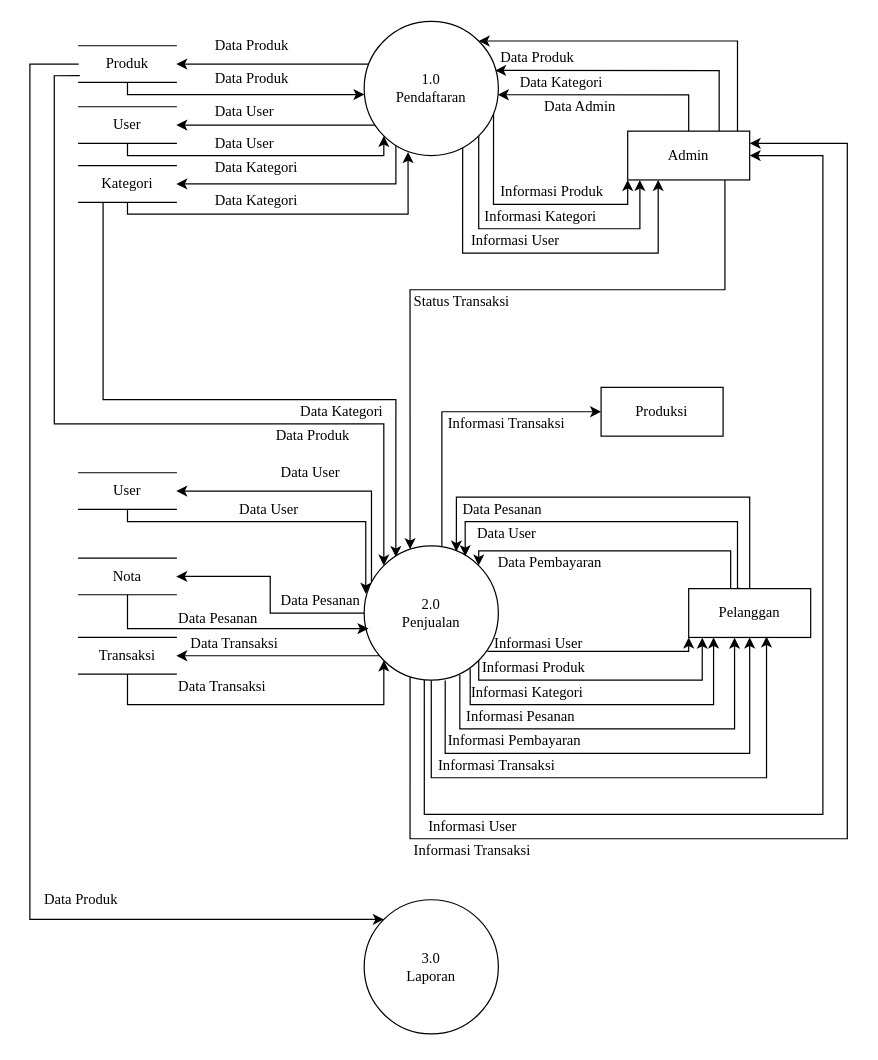
Before: page "DFD Level 0 Revisi" (19 of 19) of TA.drawio in angelinahandini/TA, a draw.io diagram. Source tidied: cells renumbered, new cells numbered last; positions are measured from the earlier drawing's top-left corner, leaving out a move shared by most shapes. Both pictures are drawn from the tidied source at 122%, with x=0, y=0 at pixel (29, 21).
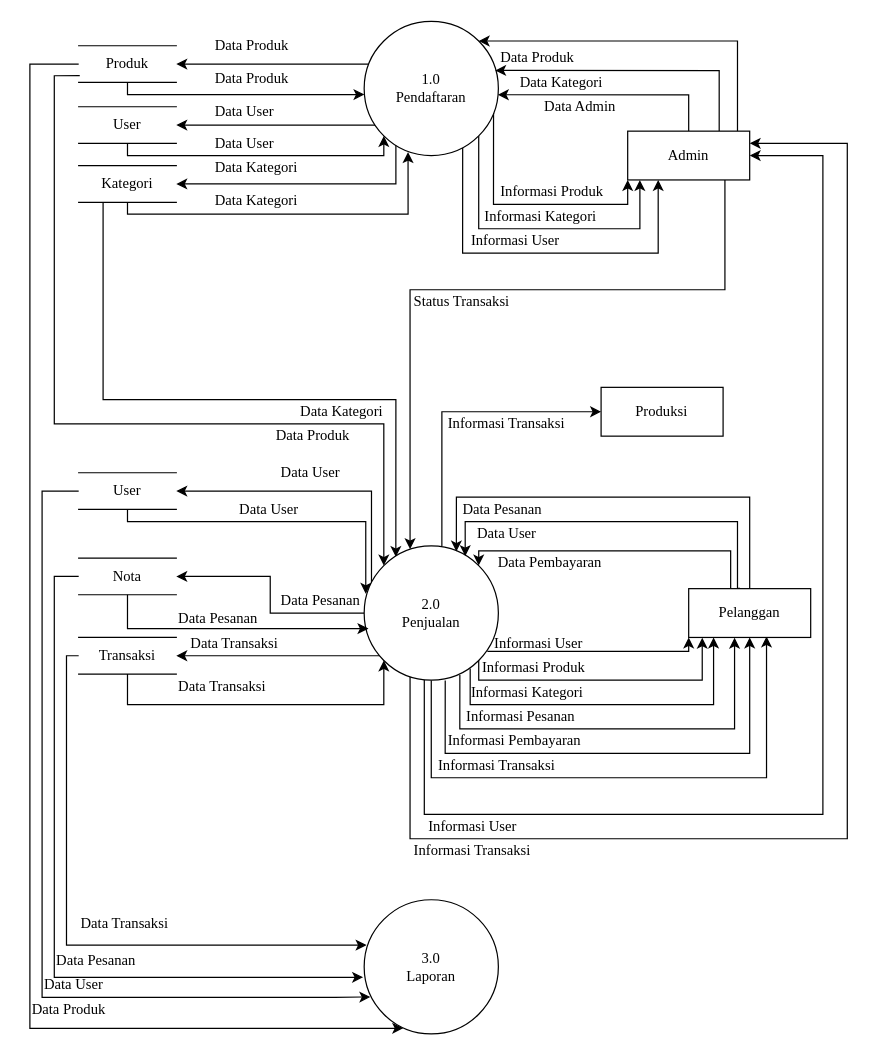
Above is the later version.

Unchanged cells that the change refers to:
```xml
<mxCell id="12" value="Produk" style="shape=partialRectangle;whiteSpace=wrap;html=1;top=0;bottom=0;fillColor=none;direction=south;fontFamily=Times New Roman;" parent="1" vertex="1">
  <mxGeometry x="40" y="20" width="80" height="30" as="geometry" />
</mxCell>
<mxCell id="58" value="Transaksi" style="shape=partialRectangle;whiteSpace=wrap;html=1;top=0;bottom=0;fillColor=none;direction=south;fontFamily=Times New Roman;" parent="1" vertex="1">
  <mxGeometry x="40" y="505" width="80" height="30" as="geometry" />
</mxCell>
<mxCell id="72" value="User" style="shape=partialRectangle;whiteSpace=wrap;html=1;top=0;bottom=0;fillColor=none;direction=south;fontFamily=Times New Roman;" parent="1" vertex="1">
  <mxGeometry x="40" y="370" width="80" height="30" as="geometry" />
</mxCell>
<mxCell id="76" value="Nota" style="shape=partialRectangle;whiteSpace=wrap;html=1;top=0;bottom=0;fillColor=none;direction=south;fontFamily=Times New Roman;" parent="1" vertex="1">
  <mxGeometry x="40" y="440" width="80" height="30" as="geometry" />
</mxCell>
<mxCell id="80" value="3.0&lt;br&gt;Laporan" style="ellipse;whiteSpace=wrap;html=1;verticalAlign=middle;fontFamily=Times New Roman;" parent="1" vertex="1">
  <mxGeometry x="274" y="720" width="110" height="110" as="geometry" />
</mxCell>
```

What changed in the source:
```diff
@@
-    <mxCell id="11" style="edgeStyle=orthogonalEdgeStyle;rounded=0;jettySize=auto;html=1;entryX=0;entryY=0;entryDx=0;entryDy=0;" parent="1" edge="1" source="12" target="80">
+    <mxCell id="11" style="edgeStyle=orthogonalEdgeStyle;rounded=0;jettySize=auto;html=1;entryX=0.291;entryY=0.958;entryDx=0;entryDy=0;entryPerimeter=0;" parent="1" edge="1" source="12" target="80">
       <mxGeometry relative="1" as="geometry">
         <Array as="points">
           <mxPoint y="35" />
-          <mxPoint y="736" />
+          <mxPoint y="825" />
         </Array>
       </mxGeometry>
     </mxCell>
@@
+    <mxCell id="82" style="edgeStyle=orthogonalEdgeStyle;rounded=0;jettySize=auto;html=1;entryX=0.018;entryY=0.338;entryDx=0;entryDy=0;entryPerimeter=0;" parent="1" edge="1" source="58" target="80">
+      <mxGeometry relative="1" as="geometry">
+        <Array as="points">
+          <mxPoint x="30" y="520" />
+          <mxPoint x="30" y="757" />
+        </Array>
+      </mxGeometry>
+    </mxCell>
@@
+    <mxCell id="83" style="edgeStyle=orthogonalEdgeStyle;rounded=0;jettySize=auto;html=1;entryX=0.046;entryY=0.724;entryDx=0;entryDy=0;entryPerimeter=0;" parent="1" edge="1" source="72" target="80">
+      <mxGeometry relative="1" as="geometry">
+        <Array as="points">
+          <mxPoint x="10" y="385" />
+          <mxPoint x="10" y="800" />
+          <mxPoint x="250" y="800" />
+        </Array>
+      </mxGeometry>
+    </mxCell>
@@
+    <mxCell id="84" style="edgeStyle=orthogonalEdgeStyle;rounded=0;jettySize=auto;html=1;entryX=-0.008;entryY=0.578;entryDx=0;entryDy=0;entryPerimeter=0;" parent="1" edge="1" source="76" target="80">
+      <mxGeometry relative="1" as="geometry">
+        <Array as="points">
+          <mxPoint x="20" y="455" />
+          <mxPoint x="20" y="784" />
+        </Array>
+      </mxGeometry>
+    </mxCell>
@@
     <mxCell id="81" value="Data Produk" style="text;html=1;strokeColor=none;fillColor=none;align=left;verticalAlign=middle;whiteSpace=wrap;rounded=0;fontFamily=Times New Roman;" parent="1" vertex="1">
-      <mxGeometry x="10" y="710" width="70" height="20" as="geometry" />
+      <mxGeometry y="800" width="70" height="20" as="geometry" />
     </mxCell>
+    <mxCell id="85" value="Data User" style="text;html=1;strokeColor=none;fillColor=none;align=left;verticalAlign=middle;whiteSpace=wrap;rounded=0;fontFamily=Times New Roman;" parent="1" vertex="1">
+      <mxGeometry x="10" y="780" width="70" height="20" as="geometry" />
+    </mxCell>
+    <mxCell id="86" value="Data Pesanan" style="text;html=1;strokeColor=none;fillColor=none;align=left;verticalAlign=middle;whiteSpace=wrap;rounded=0;fontFamily=Times New Roman;" parent="1" vertex="1">
+      <mxGeometry x="20" y="760" width="70" height="20" as="geometry" />
+    </mxCell>
+    <mxCell id="87" value="Data Transaksi" style="text;html=1;strokeColor=none;fillColor=none;align=left;verticalAlign=middle;whiteSpace=wrap;rounded=0;fontFamily=Times New Roman;" parent="1" vertex="1">
+      <mxGeometry x="40" y="730" width="80" height="20" as="geometry" />
+    </mxCell>
```
